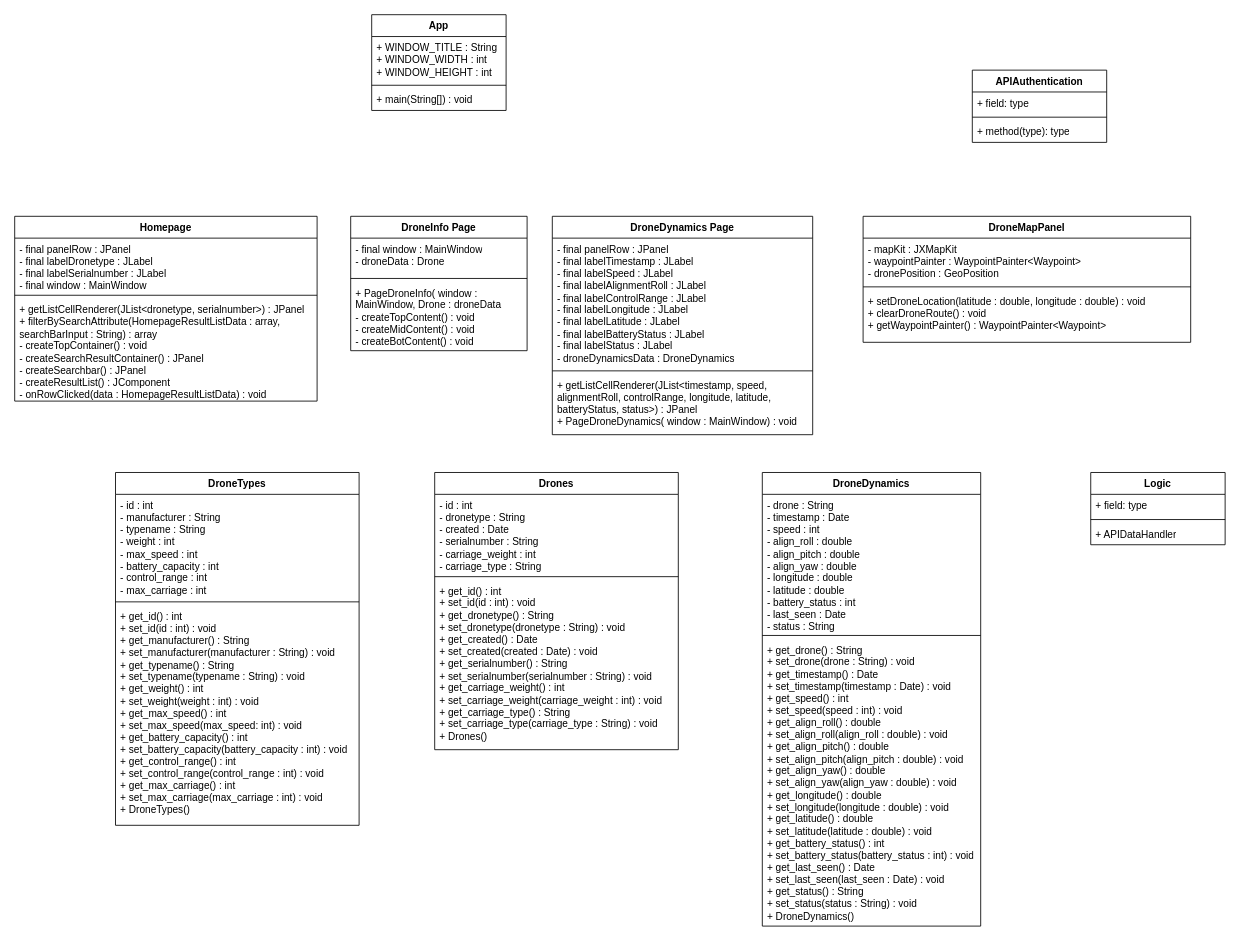
Above: Unbenanntes Diagramm.drawio in TriesteCitizen/Drone-Simulator-Project (draw.io), before the change. Source tidied: cells renumbered, new cells numbered last; positions are measured from the earlier drawing's top-left corner, leaving out a move shared by most shapes. Both pictures are drawn from the tidied source at 84%, with x=0, y=0 at pixel (14, 14).
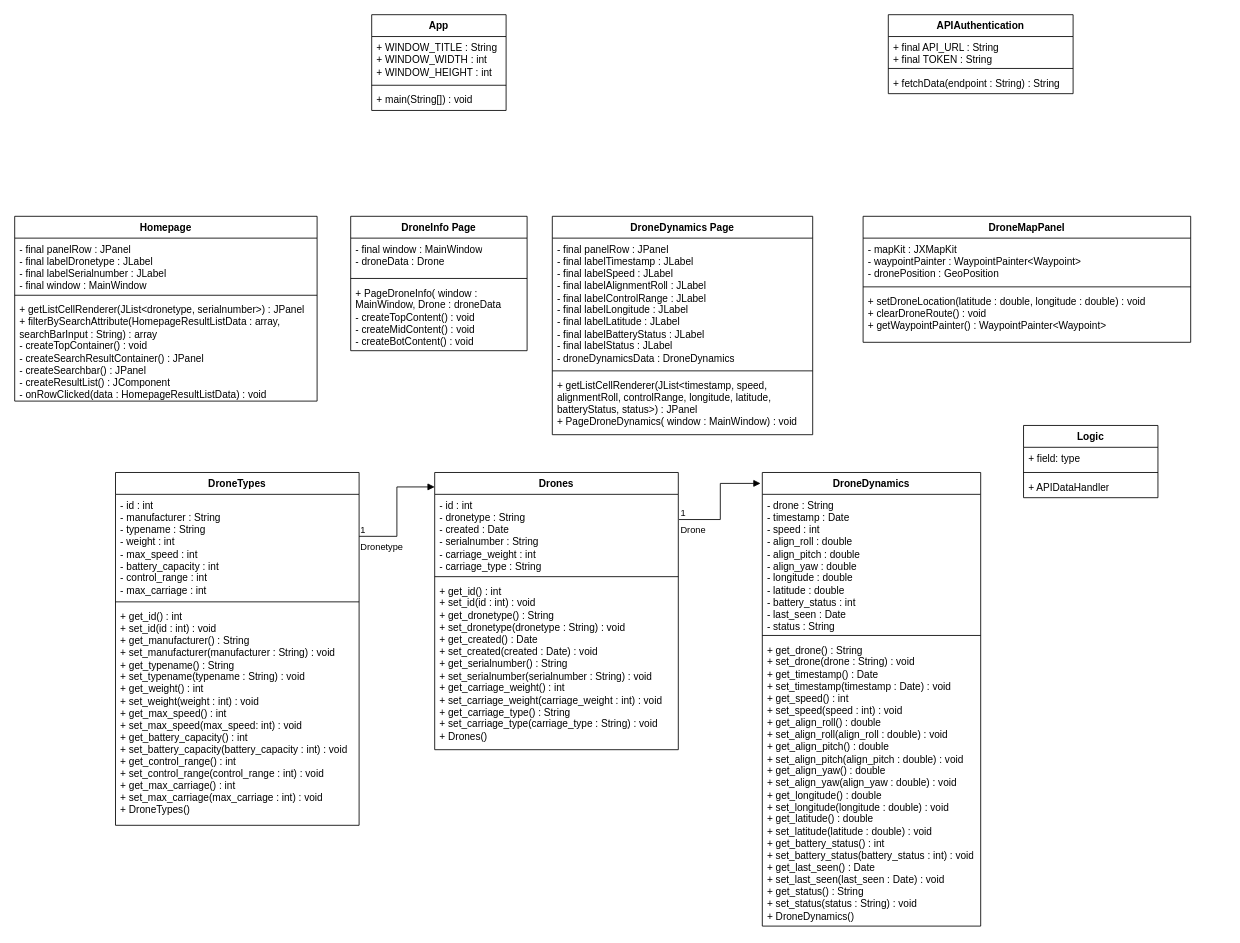
After the change.

The change refers to these unchanged cells:
```xml
<mxCell id="3" value="&lt;div&gt;- id : int&lt;/div&gt;&lt;div&gt;- manufacturer : String&lt;/div&gt;&lt;div&gt;- typename : String&lt;/div&gt;&lt;div&gt;- weight : int&lt;/div&gt;&lt;div&gt;- max_speed : int&lt;/div&gt;&lt;div&gt;- battery_capacity : int&lt;/div&gt;&lt;div&gt;- control_range : int&lt;/div&gt;&lt;div&gt;- max_carriage : int&lt;br&gt;&lt;/div&gt;&lt;div&gt;&lt;br&gt;&lt;/div&gt;" style="text;strokeColor=none;fillColor=none;align=left;verticalAlign=top;spacingLeft=4;spacingRight=4;overflow=hidden;points=[[0,0.5],[1,0.5]];portConstraint=eastwest;whiteSpace=wrap;html=1;" parent="2" vertex="1">
  <mxGeometry y="26" width="290" height="124" as="geometry" />
</mxCell>
<mxCell id="6" value="Drones" style="swimlane;fontStyle=1;align=center;verticalAlign=top;horizontal=1;startSize=26;whiteSpace=wrap;html=1;" parent="1" vertex="1">
  <mxGeometry x="500" y="545" width="290" height="330" as="geometry" />
</mxCell>
<mxCell id="7" value="&lt;div&gt;- id : int&lt;/div&gt;&lt;div&gt;- dronetype : String&lt;/div&gt;&lt;div&gt;- created : Date&lt;/div&gt;&lt;div&gt;- serialnumber : String&lt;/div&gt;&lt;div&gt;- carriage_weight : int&lt;/div&gt;&lt;div&gt;- carriage_type : String&lt;br&gt;&lt;/div&gt;" style="text;strokeColor=none;fillColor=none;align=left;verticalAlign=top;spacingLeft=4;spacingRight=4;overflow=hidden;points=[[0,0.5],[1,0.5]];portConstraint=eastwest;whiteSpace=wrap;html=1;" parent="6" vertex="1">
  <mxGeometry y="26" width="290" height="94" as="geometry" />
</mxCell>
<mxCell id="10" value="DroneDynamics" style="swimlane;fontStyle=1;align=center;verticalAlign=top;horizontal=1;startSize=26;whiteSpace=wrap;html=1;" parent="1" vertex="1">
  <mxGeometry x="890" y="545" width="260" height="540" as="geometry" />
</mxCell>
```

What changed in the source:
```diff
@@
     <mxCell id="18" value="Logic" style="swimlane;fontStyle=1;align=center;verticalAlign=top;horizontal=1;startSize=26;whiteSpace=wrap;html=1;" parent="1" vertex="1">
-      <mxGeometry x="1281" y="545" width="160" height="86" as="geometry" />
+      <mxGeometry x="1201" y="489" width="160" height="86" as="geometry" />
     </mxCell>
@@
     <mxCell id="22" value="APIAuthentication" style="swimlane;fontStyle=1;align=center;verticalAlign=top;horizontal=1;startSize=26;whiteSpace=wrap;html=1;" parent="1" vertex="1">
-      <mxGeometry x="1140" y="66" width="160" height="86" as="geometry" />
+      <mxGeometry x="1040" width="220" height="94" as="geometry" />
     </mxCell>
-    <mxCell id="23" value="+ field: type" style="text;strokeColor=none;fillColor=none;align=left;verticalAlign=top;spacingLeft=4;spacingRight=4;overflow=hidden;whiteSpace=wrap;html=1;" parent="22" vertex="1">
-      <mxGeometry y="26" width="160" height="26" as="geometry" />
+    <mxCell id="23" value="&lt;div&gt;+ final API_URL : String&lt;/div&gt;&lt;div&gt;+ final TOKEN : String&lt;br&gt;&lt;/div&gt;" style="text;strokeColor=none;fillColor=none;align=left;verticalAlign=top;spacingLeft=4;spacingRight=4;overflow=hidden;whiteSpace=wrap;html=1;" parent="22" vertex="1">
+      <mxGeometry y="26" width="220" height="34" as="geometry" />
     </mxCell>
     <mxCell id="24" style="line;strokeWidth=1;fillColor=none;align=left;verticalAlign=middle;spacingTop=-1;spacingLeft=3;spacingRight=3;labelPosition=right;strokeColor=inherit;" parent="22" vertex="1">
-      <mxGeometry y="52" width="160" height="8" as="geometry" />
+      <mxGeometry y="60" width="220" height="8" as="geometry" />
     </mxCell>
-    <mxCell id="25" value="+ method(type): type" style="text;strokeColor=none;fillColor=none;align=left;verticalAlign=top;spacingLeft=4;spacingRight=4;overflow=hidden;whiteSpace=wrap;html=1;" parent="22" vertex="1">
-      <mxGeometry y="60" width="160" height="26" as="geometry" />
+    <mxCell id="25" value="+ fetchData(endpoint : String) : String" style="text;strokeColor=none;fillColor=none;align=left;verticalAlign=top;spacingLeft=4;spacingRight=4;overflow=hidden;whiteSpace=wrap;html=1;" parent="22" vertex="1">
+      <mxGeometry y="68" width="220" height="26" as="geometry" />
     </mxCell>
@@
+    <mxCell id="42" value="&lt;div&gt;Drone&lt;/div&gt;" style="endArrow=block;endFill=1;html=1;edgeStyle=orthogonalEdgeStyle;align=left;verticalAlign=top;rounded=0;entryX=-0.008;entryY=0.024;entryDx=0;entryDy=0;entryPerimeter=0;exitX=1.003;exitY=0.319;exitDx=0;exitDy=0;exitPerimeter=0;" parent="1" edge="1" source="7" target="10">
+      <mxGeometry x="-1" relative="1" as="geometry" />
+    </mxCell>
+    <mxCell id="43" value="1" style="edgeLabel;html=1;align=left;verticalAlign=bottom;" parent="42" vertex="1">
+      <mxGeometry x="-1" relative="1" as="geometry" />
+    </mxCell>
+    <mxCell id="44" value="Dronetype" style="endArrow=block;endFill=1;html=1;edgeStyle=orthogonalEdgeStyle;align=left;verticalAlign=top;rounded=0;entryX=0;entryY=0.052;entryDx=0;entryDy=0;entryPerimeter=0;exitX=1;exitY=0.403;exitDx=0;exitDy=0;exitPerimeter=0;" parent="1" edge="1" source="3" target="6">
+      <mxGeometry x="-1" relative="1" as="geometry" />
+    </mxCell>
+    <mxCell id="45" value="1" style="edgeLabel;html=1;align=left;verticalAlign=bottom;" parent="44" vertex="1">
+      <mxGeometry x="-1" relative="1" as="geometry" />
+    </mxCell>
```
